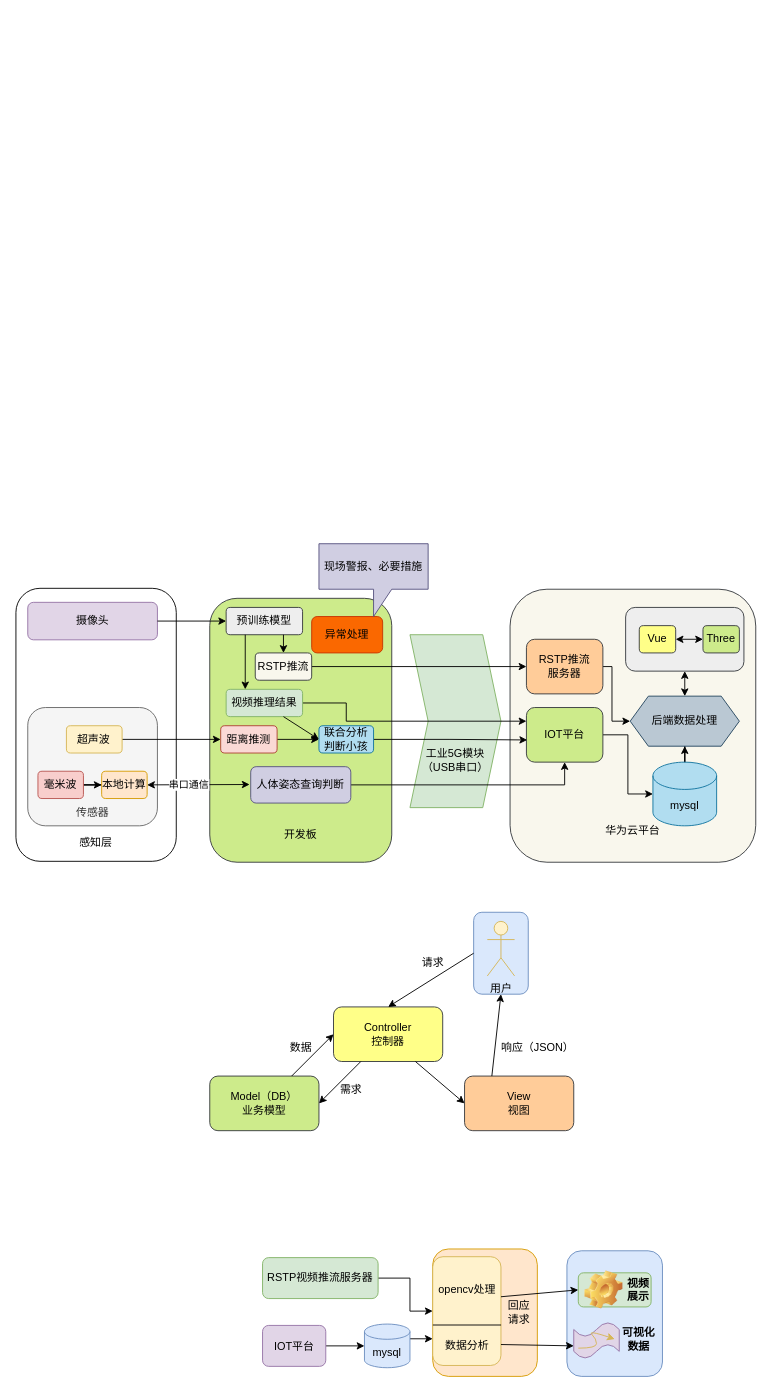
This is assets/test.drawio from Duxingmengshou/Duxingmengshou.github.io, a draw.io file, before an edit. Source tidied: cells renumbered, new cells numbered last; positions are measured from the earlier drawing's top-left corner, leaving out a move shared by most shapes. Both pictures are drawn from the tidied source at 91%, with x=0, y=0 at pixel (15, 543).
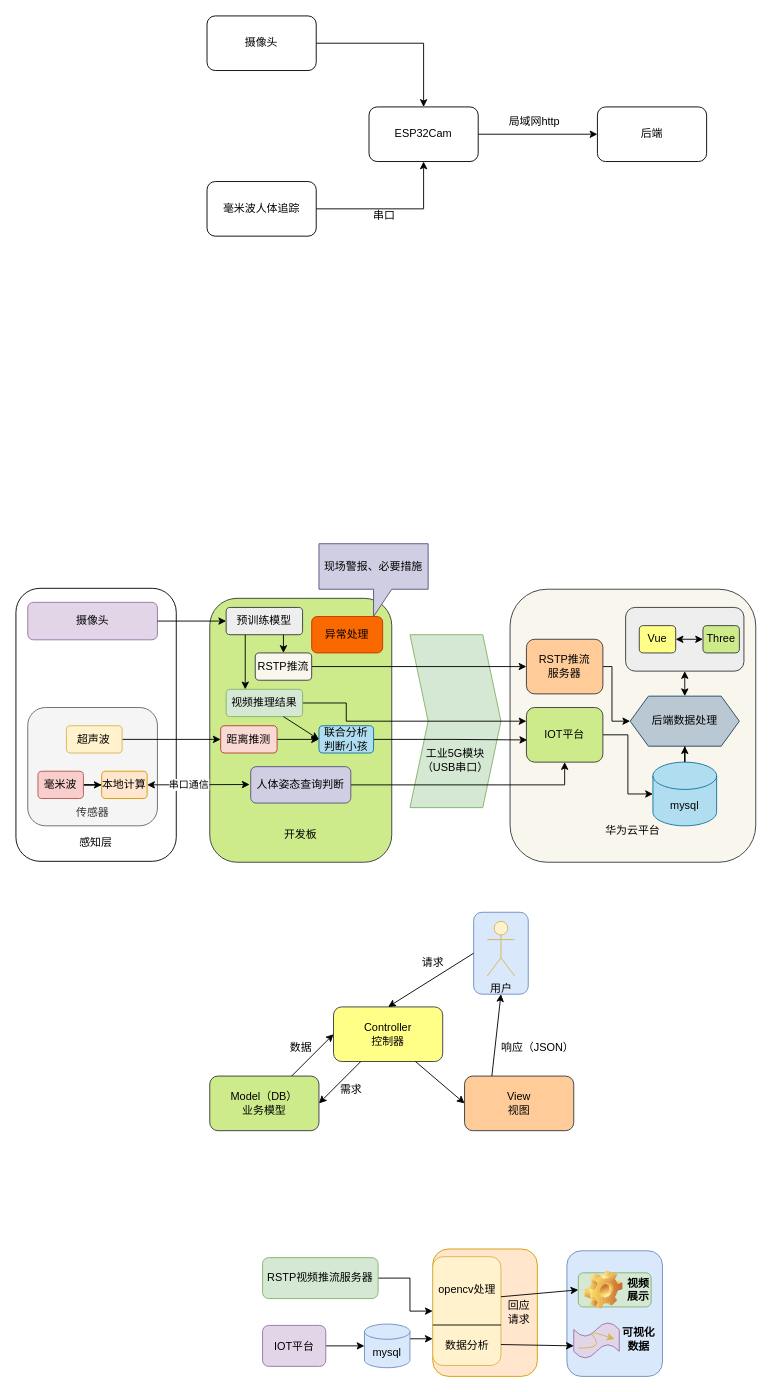
After the change.

Change to the diagram source:
```diff
@@
+    <mxCell id="77" style="edgeStyle=orthogonalEdgeStyle;rounded=0;jettySize=auto;html=1;" parent="1" edge="1" source="78" target="84">
+      <mxGeometry relative="1" as="geometry" />
+    </mxCell>
+    <mxCell id="78" value="ESP32Cam" style="rounded=1;whiteSpace=wrap;html=1;" parent="1" vertex="1">
+      <mxGeometry x="388" y="-480" width="120" height="60" as="geometry" />
+    </mxCell>
+    <mxCell id="79" style="edgeStyle=orthogonalEdgeStyle;rounded=0;jettySize=auto;html=1;entryX=0.5;entryY=1;entryDx=0;entryDy=0;" parent="1" edge="1" source="80" target="78">
+      <mxGeometry relative="1" as="geometry" />
+    </mxCell>
+    <mxCell id="80" value="毫米波人体追踪" style="rounded=1;whiteSpace=wrap;html=1;" parent="1" vertex="1">
+      <mxGeometry x="210" y="-398" width="120" height="60" as="geometry" />
+    </mxCell>
+    <mxCell id="81" style="edgeStyle=orthogonalEdgeStyle;rounded=0;jettySize=auto;html=1;entryX=0.5;entryY=0;entryDx=0;entryDy=0;" parent="1" edge="1" source="82" target="78">
+      <mxGeometry relative="1" as="geometry" />
+    </mxCell>
+    <mxCell id="82" value="摄像头" style="rounded=1;whiteSpace=wrap;html=1;" parent="1" vertex="1">
+      <mxGeometry x="210" y="-580" width="120" height="60" as="geometry" />
+    </mxCell>
+    <mxCell id="83" value="串口" style="text;html=1;strokeColor=none;fillColor=none;align=center;verticalAlign=middle;whiteSpace=wrap;rounded=0;" parent="1" vertex="1">
+      <mxGeometry x="375" y="-375" width="60" height="30" as="geometry" />
+    </mxCell>
+    <mxCell id="84" value="后端" style="rounded=1;whiteSpace=wrap;html=1;" parent="1" vertex="1">
+      <mxGeometry x="639" y="-480" width="120" height="60" as="geometry" />
+    </mxCell>
+    <mxCell id="85" value="局域网http" style="text;html=1;strokeColor=none;fillColor=none;align=center;verticalAlign=middle;whiteSpace=wrap;rounded=0;" parent="1" vertex="1">
+      <mxGeometry x="540" y="-479" width="60" height="30" as="geometry" />
+    </mxCell>
```
